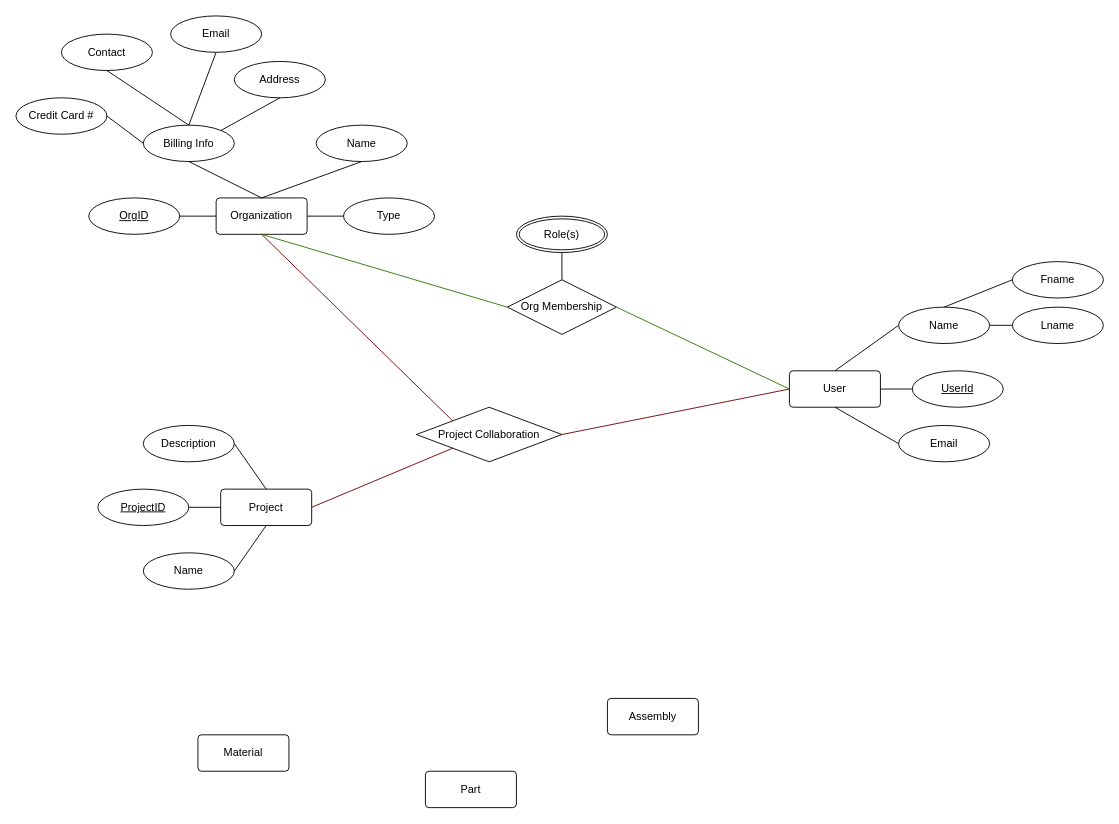
Before: DBfinal.drawio in EricOrrDev/Diagrams, a draw.io diagram. Source tidied: cells renumbered, new cells numbered last; positions are measured from the earlier drawing's top-left corner, leaving out a move shared by most shapes. Both pictures are drawn from the tidied source at 91%, with x=0, y=0 at pixel (15, 15).
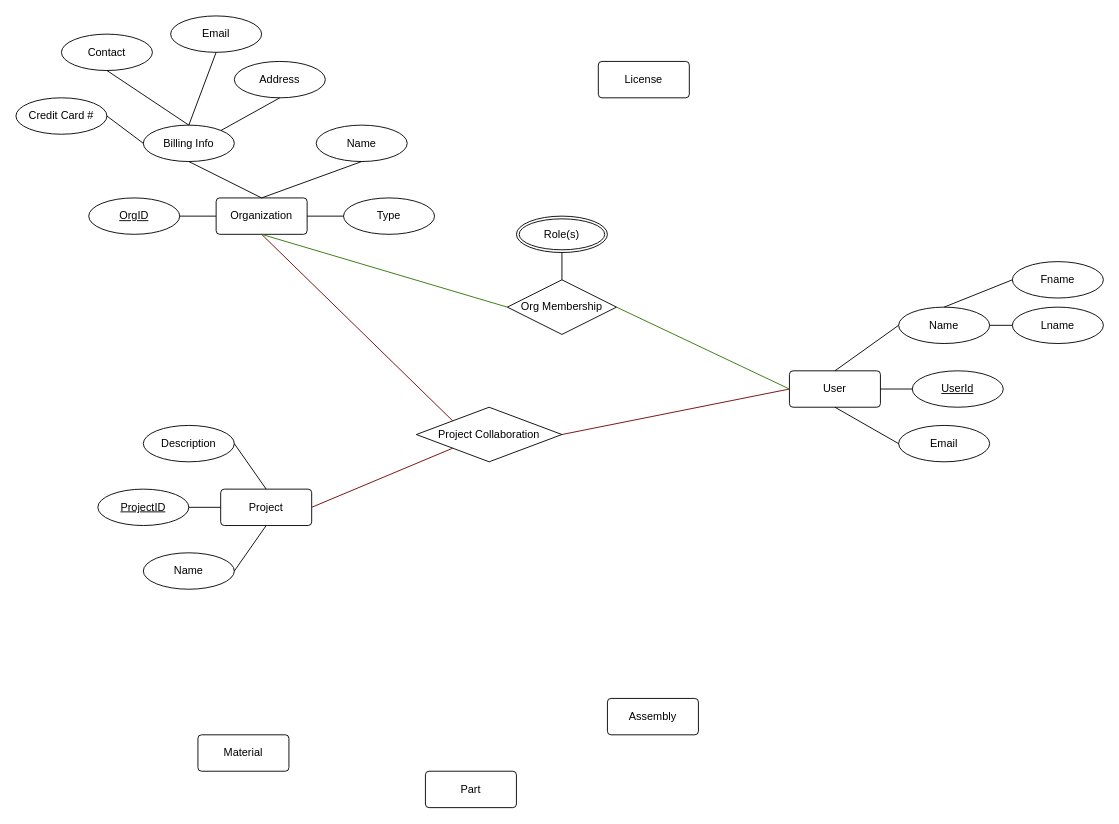
After the change.

Diff of the diagram source:
```diff
@@
+    <mxCell id="52" value="License" style="rounded=1;arcSize=10;whiteSpace=wrap;html=1;align=center;" parent="1" vertex="1">
+      <mxGeometry x="640" y="50" width="100" height="40" as="geometry" />
+    </mxCell>
```
